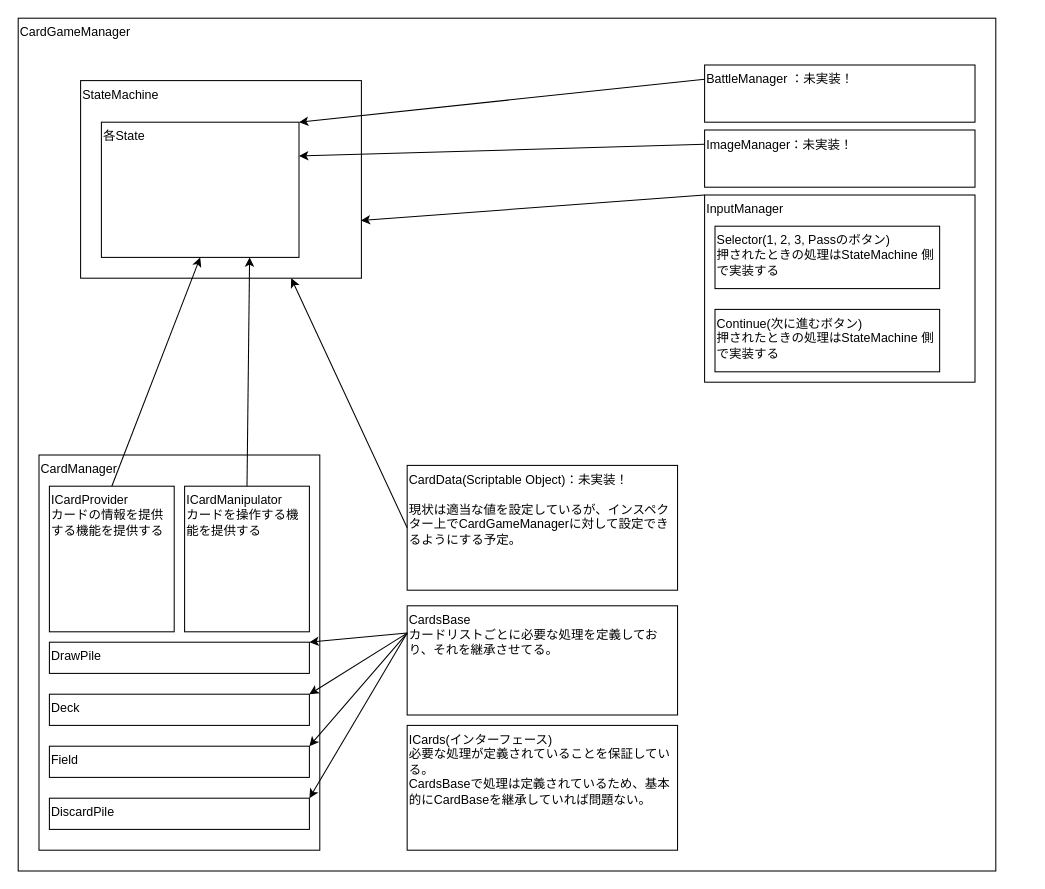
Before: CardGameStructure/GameStrucuture.drawio in ehime-iyokan/DrawIO, a draw.io diagram. Source tidied: cells renumbered, new cells numbered last; positions are measured from the earlier drawing's top-left corner, leaving out a move shared by most shapes. Both pictures are drawn from the tidied source at 104%, with x=0, y=0 at pixel (18, 18).
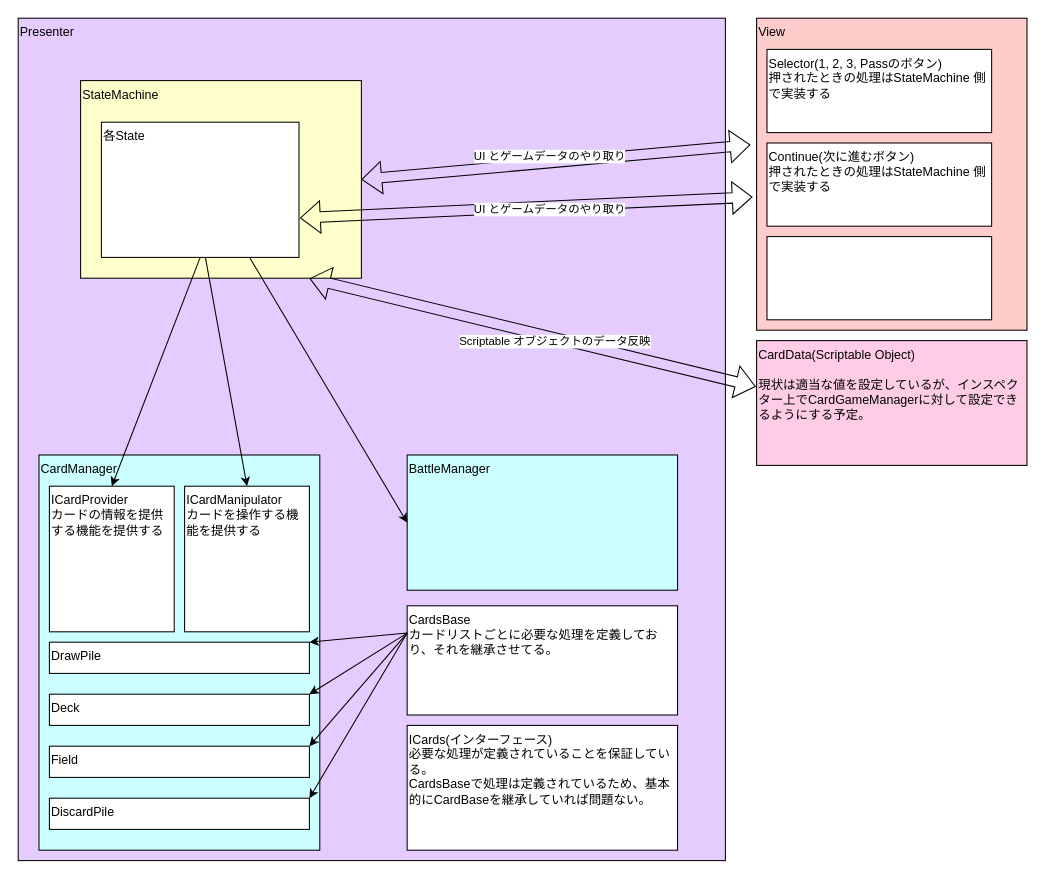
The same page after the edit.

Commit message:
GameStrucuture.drawio を更新します

The change refers to these unchanged cells:
```xml
<mxCell id="9" value="&lt;div&gt;ICardProvider&lt;/div&gt;&lt;div&gt;カードの情報を提供する機能を提供する&lt;/div&gt;" style="rounded=0;whiteSpace=wrap;html=1;align=left;verticalAlign=top;" parent="7" vertex="1">
  <mxGeometry x="10" y="30" width="120" height="140" as="geometry" />
</mxCell>
<mxCell id="10" value="&lt;div&gt;ICardManipulator&lt;/div&gt;&lt;div&gt;カードを操作する機能を提供する&lt;/div&gt;" style="rounded=0;whiteSpace=wrap;html=1;align=left;verticalAlign=top;" parent="7" vertex="1">
  <mxGeometry x="140" y="30" width="120" height="140" as="geometry" />
</mxCell>
<mxCell id="17" value="各State" style="rounded=0;whiteSpace=wrap;html=1;align=left;verticalAlign=top;" parent="15" vertex="1">
  <mxGeometry x="20" y="40" width="190" height="130" as="geometry" />
</mxCell>
```

The edit, as a diff of the source:
```diff
@@
-    <mxCell id="2" value="CardGameManager" style="rounded=0;whiteSpace=wrap;html=1;align=left;verticalAlign=top;" parent="1" vertex="1">
-      <mxGeometry width="940" height="820" as="geometry" />
+    <mxCell id="2" value="Presenter" style="rounded=0;whiteSpace=wrap;html=1;align=left;verticalAlign=top;fillColor=#E5CCFF;" parent="1" vertex="1">
+      <mxGeometry width="680" height="810" as="geometry" />
     </mxCell>
-    <mxCell id="3" value="&lt;div&gt;CardData(Scriptable Object)：未実装！&lt;/div&gt;&lt;div&gt;&lt;br&gt;&lt;/div&gt;現状は適当な値を設定しているが、インスペクター上でCardGameManagerに対して設定できるようにする予定。" style="rounded=0;whiteSpace=wrap;html=1;align=left;verticalAlign=top;" parent="1" vertex="1">
-      <mxGeometry x="374" y="430" width="260" height="120" as="geometry" />
+    <mxCell id="3" value="&lt;div&gt;CardData(Scriptable Object)&lt;/div&gt;&lt;div&gt;&lt;br&gt;&lt;/div&gt;現状は適当な値を設定しているが、インスペクター上でCardGameManagerに対して設定できるようにする予定。" style="rounded=0;whiteSpace=wrap;html=1;align=left;verticalAlign=top;fillColor=#FFCCE6;" parent="1" vertex="1">
+      <mxGeometry x="710" y="310" width="260" height="120" as="geometry" />
     </mxCell>
@@
-    <mxCell id="6" value="BattleManager ：未実装！" style="rounded=0;whiteSpace=wrap;html=1;align=left;verticalAlign=top;" parent="1" vertex="1">
-      <mxGeometry x="660" y="45" width="260" height="55" as="geometry" />
+    <mxCell id="6" value="BattleManager" style="rounded=0;whiteSpace=wrap;html=1;align=left;verticalAlign=top;fillColor=#CCFFFF;" parent="1" vertex="1">
+      <mxGeometry x="374" y="420" width="260" height="130" as="geometry" />
     </mxCell>
-    <mxCell id="7" style="group;" parent="1" vertex="1">
+    <mxCell id="7" style="group;fillColor=#CCFFFF;" parent="1" vertex="1">
       <mxGeometry x="20" y="420" width="270" height="380" as="geometry" />
     </mxCell>
-    <mxCell id="8" value="CardManager" style="rounded=0;whiteSpace=wrap;html=1;align=left;verticalAlign=top;" parent="7" vertex="1">
+    <mxCell id="8" value="CardManager" style="rounded=0;whiteSpace=wrap;html=1;align=left;verticalAlign=top;fillColor=#CCFFFF;" parent="7" vertex="1">
       <mxGeometry width="270" height="380" as="geometry" />
     </mxCell>
@@
-    <mxCell id="15" style="group;" parent="1" vertex="1">
+    <mxCell id="15" style="group;fillColor=#CCFFCC;" parent="1" vertex="1">
       <mxGeometry x="60" y="60" width="270" height="190" as="geometry" />
     </mxCell>
-    <mxCell id="16" value="StateMachine" style="rounded=0;whiteSpace=wrap;html=1;align=left;verticalAlign=top;" parent="15" vertex="1">
+    <mxCell id="16" value="StateMachine" style="rounded=0;whiteSpace=wrap;html=1;align=left;verticalAlign=top;fillColor=#FFFFCC;" parent="15" vertex="1">
       <mxGeometry width="270" height="190" as="geometry" />
     </mxCell>
@@
-    <mxCell id="18" style="endArrow=classic;html=1;rounded=0;exitX=0.5;exitY=0;exitDx=0;exitDy=0;entryX=0.5;entryY=1;entryDx=0;entryDy=0;" parent="1" edge="1" source="9" target="17">
+    <mxCell id="18" style="endArrow=classic;html=1;rounded=0;exitX=0.5;exitY=1;exitDx=0;exitDy=0;entryX=0.5;entryY=0;entryDx=0;entryDy=0;" parent="1" edge="1" source="17" target="9">
       <mxGeometry relative="1" as="geometry" />
     </mxCell>
-    <mxCell id="19" style="endArrow=classic;html=1;rounded=0;exitX=0.5;exitY=0;exitDx=0;exitDy=0;entryX=0.75;entryY=1;entryDx=0;entryDy=0;" parent="1" edge="1" source="10" target="17">
-      <mxGeometry relative="1" as="geometry" />
+    <mxCell id="19" style="endArrow=classic;html=1;rounded=0;entryX=0.5;entryY=0;entryDx=0;entryDy=0;" parent="1" edge="1" target="10">
+      <mxGeometry relative="1" as="geometry">
+        <mxPoint x="180" y="230" as="sourcePoint" />
+      </mxGeometry>
     </mxCell>
-    <mxCell id="20" style="endArrow=classic;html=1;rounded=0;exitX=0;exitY=0.5;exitDx=0;exitDy=0;entryX=0.75;entryY=1;entryDx=0;entryDy=0;" parent="1" edge="1" source="3" target="16">
-      <mxGeometry relative="1" as="geometry" />
-    </mxCell>
@@
-    <mxCell id="25" style="endArrow=classic;html=1;rounded=0;exitX=0;exitY=0.25;exitDx=0;exitDy=0;entryX=1;entryY=0;entryDx=0;entryDy=0;" parent="1" edge="1" source="6" target="17">
-      <mxGeometry relative="1" as="geometry" />
-    </mxCell>
-    <mxCell id="26" style="endArrow=classic;html=1;rounded=0;exitX=0;exitY=0;exitDx=0;exitDy=0;entryX=0.998;entryY=0.708;entryDx=0;entryDy=0;entryPerimeter=0;" parent="1" edge="1" source="30" target="16">
-      <mxGeometry relative="1" as="geometry" />
-    </mxCell>
-    <mxCell id="27" value="ImageManager：未実装！" style="rounded=0;whiteSpace=wrap;html=1;align=left;verticalAlign=top;" parent="1" vertex="1">
-      <mxGeometry x="660" y="107.5" width="260" height="55" as="geometry" />
-    </mxCell>
-    <mxCell id="28" style="endArrow=classic;html=1;rounded=0;exitX=0;exitY=0.25;exitDx=0;exitDy=0;entryX=1;entryY=0.25;entryDx=0;entryDy=0;" parent="1" edge="1" source="27" target="17">
-      <mxGeometry relative="1" as="geometry" />
-    </mxCell>
-    <mxCell id="29" style="group;" parent="1" vertex="1">
-      <mxGeometry x="660" y="170" width="260" height="180" as="geometry" />
+    <mxCell id="29" style="group;fillColor=#FFCCCC;" parent="1" vertex="1">
+      <mxGeometry x="710" width="260" height="300" as="geometry" />
     </mxCell>
-    <mxCell id="30" value="InputManager" style="rounded=0;whiteSpace=wrap;html=1;align=left;verticalAlign=top;" parent="29" vertex="1">
-      <mxGeometry width="260" height="180" as="geometry" />
+    <mxCell id="30" value="View" style="rounded=0;whiteSpace=wrap;html=1;align=left;verticalAlign=top;fillColor=#FFCCCC;" parent="29" vertex="1">
+      <mxGeometry width="260" height="300" as="geometry" />
     </mxCell>
     <mxCell id="31" value="&lt;div&gt;Selector(1, 2, 3, Passのボタン)&lt;/div&gt;&lt;div&gt;押されたときの処理はStateMachine 側で実装する&lt;/div&gt;" style="rounded=0;whiteSpace=wrap;html=1;align=left;verticalAlign=top;" parent="29" vertex="1">
-      <mxGeometry x="10" y="30" width="216" height="60" as="geometry" />
+      <mxGeometry x="10" y="30" width="216" height="80" as="geometry" />
     </mxCell>
     <mxCell id="32" value="&lt;div&gt;Continue(次に進むボタン)&lt;/div&gt;&lt;div&gt;押されたときの処理はStateMachine 側で実装する&lt;/div&gt;" style="rounded=0;whiteSpace=wrap;html=1;align=left;verticalAlign=top;" parent="29" vertex="1">
-      <mxGeometry x="10" y="110" width="216" height="60" as="geometry" />
+      <mxGeometry x="10" y="120" width="216" height="80" as="geometry" />
     </mxCell>
+    <mxCell id="33" style="rounded=0;whiteSpace=wrap;html=1;align=left;verticalAlign=top;" parent="29" vertex="1">
+      <mxGeometry x="10" y="210" width="216" height="80" as="geometry" />
+    </mxCell>
+    <mxCell id="34" style="shape=flexArrow;endArrow=classic;startArrow=classic;html=1;rounded=0;exitX=1;exitY=0.5;exitDx=0;exitDy=0;entryX=-0.023;entryY=0.406;entryDx=0;entryDy=0;entryPerimeter=0;" parent="1" edge="1" source="16" target="30">
+      <mxGeometry relative="1" as="geometry" />
+    </mxCell>
+    <mxCell id="35" value="UI とゲームデータのやり取り" style="edgeLabel;html=1;align=center;verticalAlign=middle;" parent="34" vertex="1">
+      <mxGeometry x="-0.03" y="6" relative="1" as="geometry" />
+    </mxCell>
+    <mxCell id="36" style="shape=flexArrow;endArrow=classic;startArrow=classic;html=1;rounded=0;exitX=1.005;exitY=0.708;exitDx=0;exitDy=0;exitPerimeter=0;entryX=-0.015;entryY=0.573;entryDx=0;entryDy=0;entryPerimeter=0;" parent="1" edge="1" source="17" target="30">
+      <mxGeometry relative="1" as="geometry" />
+    </mxCell>
+    <mxCell id="37" value="UI とゲームデータのやり取り" style="edgeLabel;html=1;align=center;verticalAlign=middle;" parent="36" vertex="1">
+      <mxGeometry x="0.1" y="-3" relative="1" as="geometry" />
+    </mxCell>
+    <mxCell id="38" style="shape=flexArrow;endArrow=classic;startArrow=classic;html=1;rounded=0;exitX=0.412;exitY=0.309;exitDx=0;exitDy=0;exitPerimeter=0;entryX=-0.003;entryY=0.369;entryDx=0;entryDy=0;entryPerimeter=0;" parent="1" edge="1" source="2" target="3">
+      <mxGeometry relative="1" as="geometry" />
+    </mxCell>
+    <mxCell id="39" value="Scriptable オブジェクトのデータ反映" style="edgeLabel;html=1;align=center;verticalAlign=middle;" parent="38" vertex="1">
+      <mxGeometry x="0.1" y="-3" relative="1" as="geometry" />
+    </mxCell>
+    <mxCell id="25" style="endArrow=classic;html=1;rounded=0;exitX=0.75;exitY=1;exitDx=0;exitDy=0;entryX=0;entryY=0.5;entryDx=0;entryDy=0;" parent="1" edge="1" source="17" target="6">
+      <mxGeometry relative="1" as="geometry" />
+    </mxCell>
```
